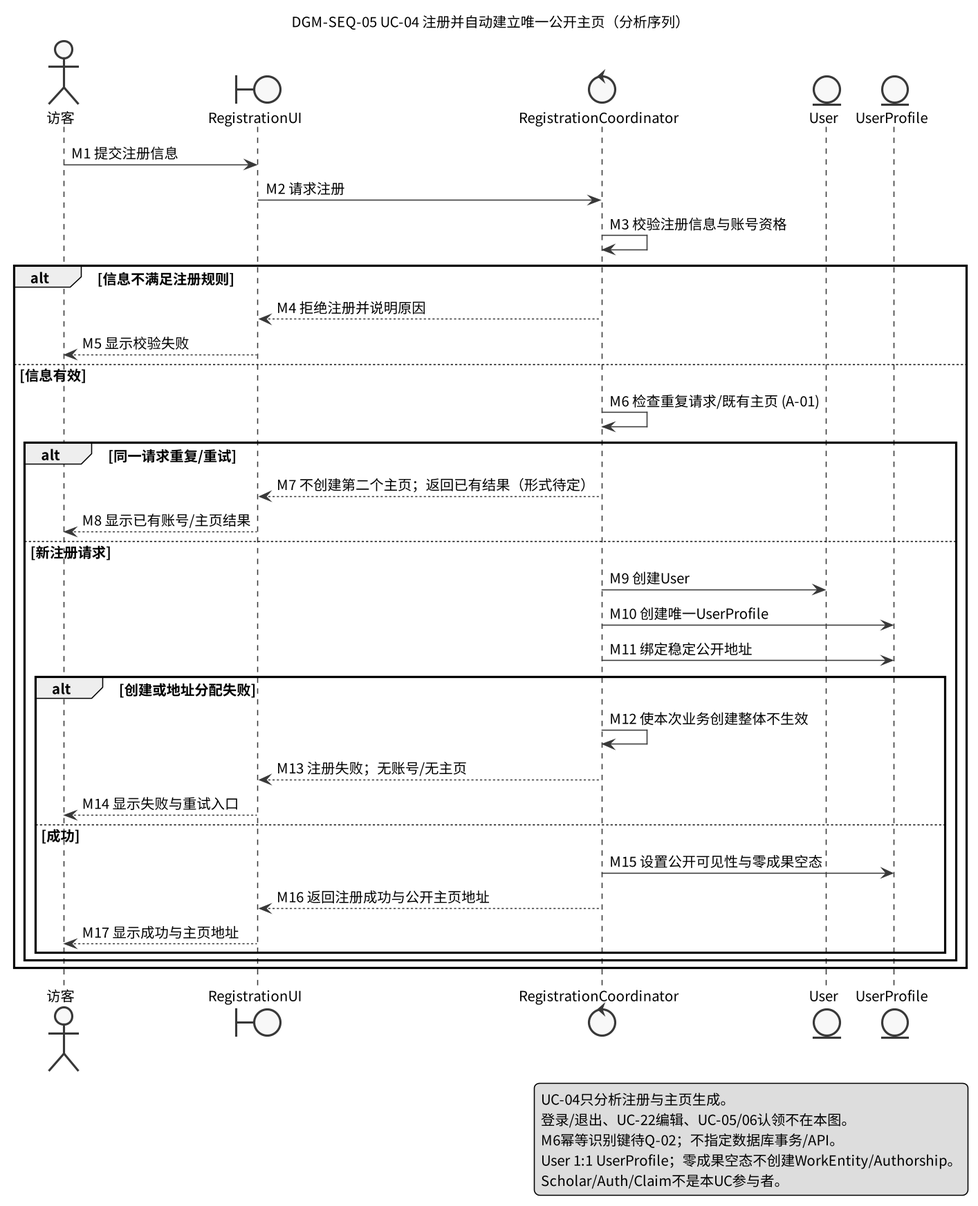
This is docs/analysis/stage-02/uc-04/diagrams/generated/DGM-SEQ-05-register.png from CognitaNexus/CognitaNexus, a PlantUML export, as it was before one commit. Its source is kept beside it as docs/analysis/stage-02/uc-04/diagrams/DGM-SEQ-05-register.puml. Source of this version:
```plantuml
@startuml
skinparam monochrome true
skinparam shadowing false
skinparam defaultFontName "Noto Sans CJK SC"
skinparam defaultFontSize 13
skinparam dpi 150
skinparam sequenceMessageAlign left
title DGM-SEQ-05 UC-04 注册并自动建立唯一公开主页（分析序列）
actor "访客" as Visitor
boundary "RegistrationUI" as UI
control "RegistrationCoordinator" as Coordinator
entity "User" as User
entity "UserProfile" as Profile

Visitor -> UI : M1 提交注册信息
UI -> Coordinator : M2 请求注册
Coordinator -> Coordinator : M3 校验注册信息与账号资格
alt 信息不满足注册规则
  Coordinator --> UI : M4 拒绝注册并说明原因
  UI --> Visitor : M5 显示校验失败
else 信息有效
  Coordinator -> Coordinator : M6 检查重复请求/既有主页 (A-01)
  alt 同一请求重复/重试
    Coordinator --> UI : M7 不创建第二个主页；返回已有结果（形式待定）
    UI --> Visitor : M8 显示已有账号/主页结果
  else 新注册请求
    Coordinator -> User : M9 创建User
    Coordinator -> Profile : M10 创建唯一UserProfile
    Coordinator -> Profile : M11 绑定稳定公开地址
    alt 创建或地址分配失败
      Coordinator -> Coordinator : M12 使本次业务创建整体不生效
      Coordinator --> UI : M13 注册失败；无账号/无主页
      UI --> Visitor : M14 显示失败与重试入口
    else 成功
      Coordinator -> Profile : M15 设置公开可见性与零成果空态
      Coordinator --> UI : M16 返回注册成功与公开主页地址
      UI --> Visitor : M17 显示成功与主页地址
    end
  end
end
legend right
  UC-04只分析注册与主页生成。
  登录/退出、UC-22编辑、UC-05/06认领不在本图。
  M6幂等识别键待Q-02；不指定数据库事务/API。
  User 1:1 UserProfile；零成果空态不创建WorkEntity/Authorship。
  Scholar/Auth/Claim不是本UC参与者。
endlegend
@enduml
```
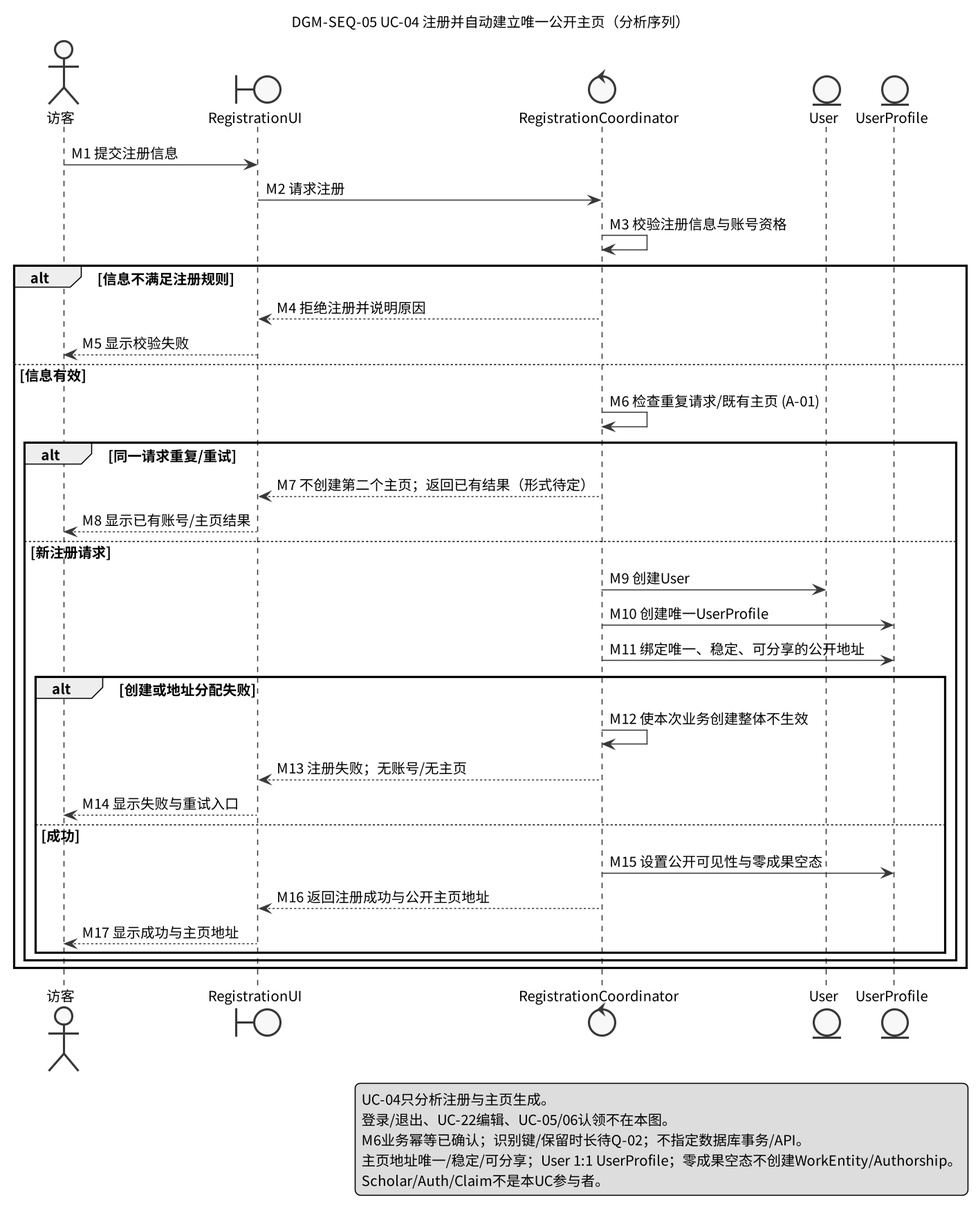
Later version of the same file.

Diff of the diagram source:
```diff
@@ -26,7 +26,7 @@
   else 新注册请求
     Coordinator -> User : M9 创建User
     Coordinator -> Profile : M10 创建唯一UserProfile
-    Coordinator -> Profile : M11 绑定稳定公开地址
+    Coordinator -> Profile : M11 绑定唯一、稳定、可分享的公开地址
     alt 创建或地址分配失败
       Coordinator -> Coordinator : M12 使本次业务创建整体不生效
       Coordinator --> UI : M13 注册失败；无账号/无主页
@@ -41,8 +41,8 @@
 legend right
   UC-04只分析注册与主页生成。
   登录/退出、UC-22编辑、UC-05/06认领不在本图。
-  M6幂等识别键待Q-02；不指定数据库事务/API。
-  User 1:1 UserProfile；零成果空态不创建WorkEntity/Authorship。
+  M6业务幂等已确认；识别键/保留时长待Q-02；不指定数据库事务/API。
+  主页地址唯一/稳定/可分享；User 1:1 UserProfile；零成果空态不创建WorkEntity/Authorship。
   Scholar/Auth/Claim不是本UC参与者。
 endlegend
 @enduml
```
